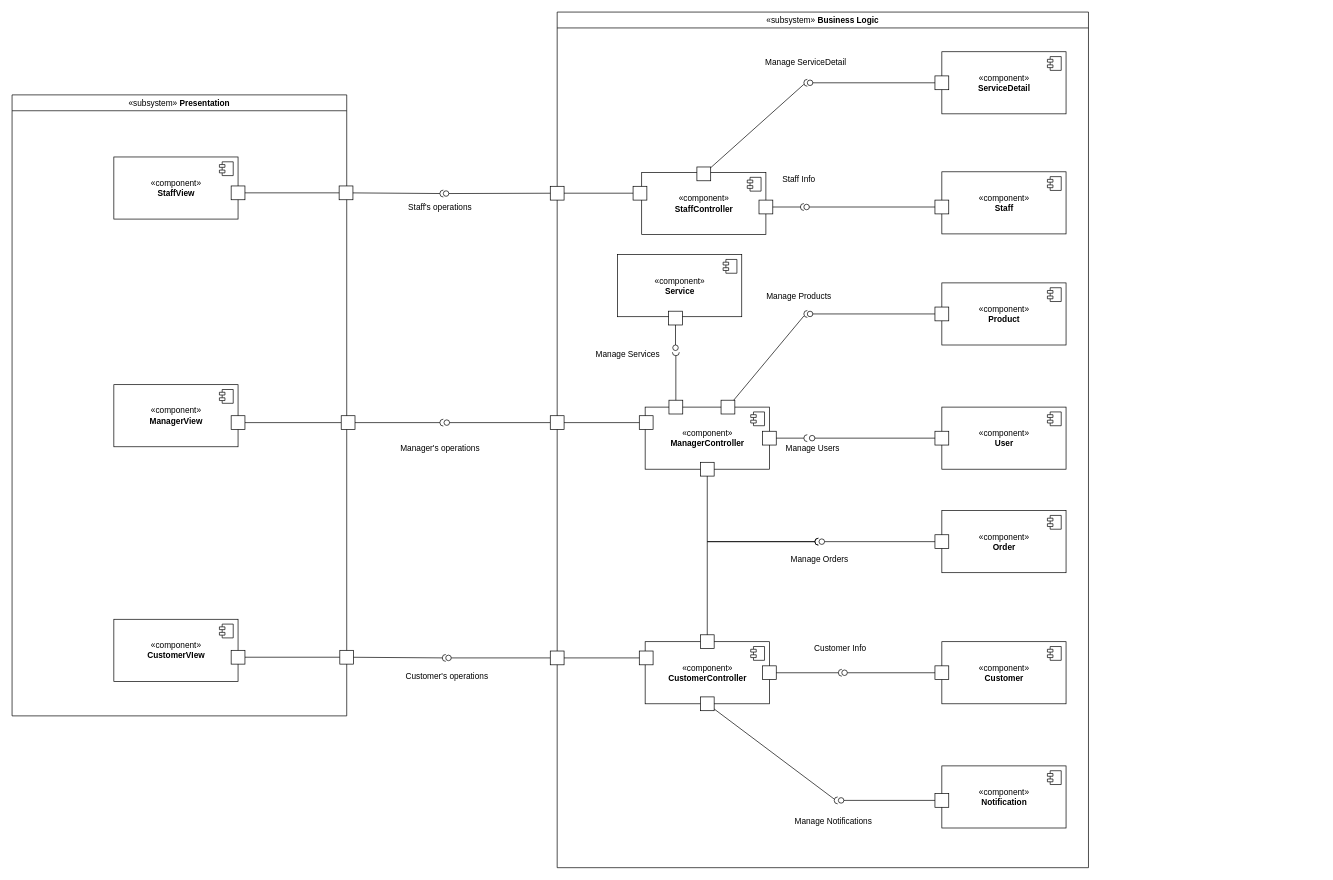
The draw.io diagram petspa-component-diagram.drawio in blueonline07/auth-demo, before the edit. Source tidied: cells renumbered, new cells numbered last; positions are measured from the earlier drawing's top-left corner, leaving out a move shared by most shapes. Both pictures are drawn from the tidied source at 69%, with x=0, y=0 at pixel (12, 12).
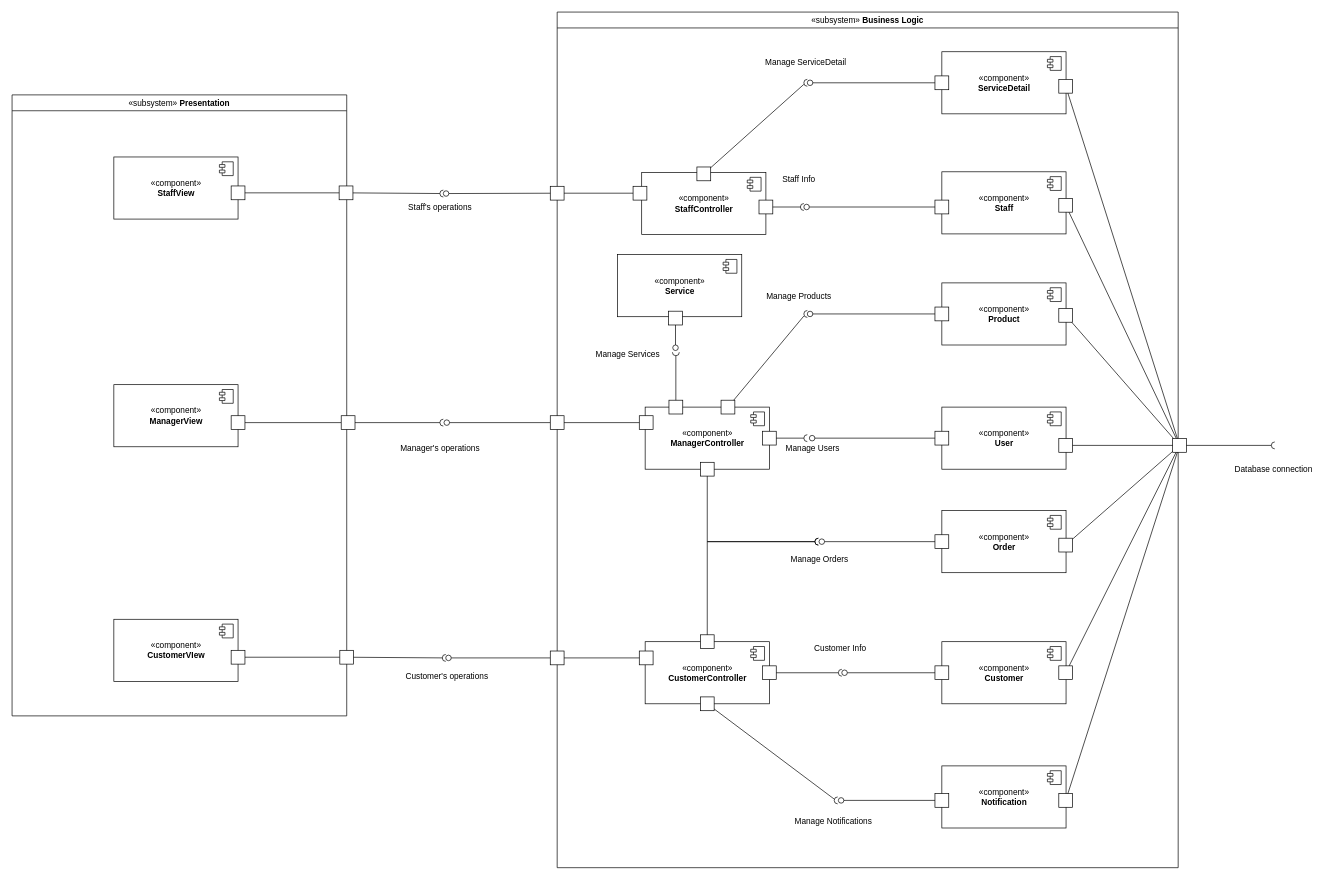
After the change.

The edit, as a diff of the source:
```diff
@@
     <mxCell id="24" value="&lt;span style=&quot;font-weight: 400;&quot;&gt;«subsystem»&amp;nbsp;&lt;/span&gt;&lt;b&gt;Business Logic&lt;/b&gt;" style="swimlane;whiteSpace=wrap;html=1;" parent="1" vertex="1">
-      <mxGeometry x="790" width="770" height="1240" as="geometry" />
+      <mxGeometry x="790" width="900" height="1240" as="geometry" />
     </mxCell>
@@
+    <mxCell id="126" style="html=1;rounded=0;" parent="24" vertex="1">
+      <mxGeometry x="727" y="97.5" width="20" height="20" as="geometry" />
+    </mxCell>
+    <mxCell id="127" style="html=1;rounded=0;" parent="24" vertex="1">
+      <mxGeometry x="727" y="270" width="20" height="20" as="geometry" />
+    </mxCell>
+    <mxCell id="128" style="html=1;rounded=0;" parent="24" vertex="1">
+      <mxGeometry x="727" y="429.5" width="20" height="20" as="geometry" />
+    </mxCell>
+    <mxCell id="129" style="html=1;rounded=0;" parent="24" vertex="1">
+      <mxGeometry x="727" y="618" width="20" height="20" as="geometry" />
+    </mxCell>
+    <mxCell id="130" style="html=1;rounded=0;" parent="24" vertex="1">
+      <mxGeometry x="727" y="762.5" width="20" height="20" as="geometry" />
+    </mxCell>
+    <mxCell id="131" style="html=1;rounded=0;" parent="24" vertex="1">
+      <mxGeometry x="727" y="947.5" width="20" height="20" as="geometry" />
+    </mxCell>
+    <mxCell id="132" style="html=1;rounded=0;" parent="24" vertex="1">
+      <mxGeometry x="727" y="1132.5" width="20" height="20" as="geometry" />
+    </mxCell>
@@
+    <mxCell id="133" style="html=1;rounded=0;" parent="1" vertex="1">
+      <mxGeometry x="1682" y="618" width="20" height="20" as="geometry" />
+    </mxCell>
+    <mxCell id="134" style="shape=requiredInterface;html=1;fontSize=11;align=center;fillColor=none;points=[];verticalAlign=bottom;labelPosition=center;verticalLabelPosition=top;flipH=1;rotation=0;" parent="1" vertex="1">
+      <mxGeometry x="1825" y="623" width="5" height="10" as="geometry" />
+    </mxCell>
+    <mxCell id="135" style="endArrow=none;html=1;rounded=0;align=center;verticalAlign=top;endFill=0;labelBackgroundColor=none;endSize=2;" parent="1" edge="1" source="133" target="134">
+      <mxGeometry relative="1" as="geometry" />
+    </mxCell>
+    <mxCell id="136" value="Database connection" style="text;html=1;align=center;verticalAlign=middle;strokeColor=none;fillColor=none;" parent="1" vertex="1">
+      <mxGeometry x="1757.5" y="648" width="140" height="30" as="geometry" />
+    </mxCell>
+    <mxCell id="137" style="endArrow=none;html=1;rounded=0;align=center;verticalAlign=top;endFill=0;labelBackgroundColor=none;endSize=2;" parent="1" edge="1" source="126" target="133">
+      <mxGeometry relative="1" as="geometry" />
+    </mxCell>
+    <mxCell id="138" style="endArrow=none;html=1;rounded=0;align=center;verticalAlign=top;endFill=0;labelBackgroundColor=none;endSize=2;" parent="1" edge="1" source="127" target="133">
+      <mxGeometry relative="1" as="geometry" />
+    </mxCell>
+    <mxCell id="139" style="endArrow=none;html=1;rounded=0;align=center;verticalAlign=top;endFill=0;labelBackgroundColor=none;endSize=2;" parent="1" edge="1" source="128" target="133">
+      <mxGeometry relative="1" as="geometry" />
+    </mxCell>
+    <mxCell id="140" style="endArrow=none;html=1;rounded=0;align=center;verticalAlign=top;endFill=0;labelBackgroundColor=none;endSize=2;" parent="1" edge="1" source="129" target="133">
+      <mxGeometry relative="1" as="geometry" />
+    </mxCell>
+    <mxCell id="141" style="endArrow=none;html=1;rounded=0;align=center;verticalAlign=top;endFill=0;labelBackgroundColor=none;endSize=2;" parent="1" edge="1" source="130" target="133">
+      <mxGeometry relative="1" as="geometry" />
+    </mxCell>
+    <mxCell id="142" style="endArrow=none;html=1;rounded=0;align=center;verticalAlign=top;endFill=0;labelBackgroundColor=none;endSize=2;" parent="1" edge="1" source="131" target="133">
+      <mxGeometry relative="1" as="geometry" />
+    </mxCell>
+    <mxCell id="143" style="endArrow=none;html=1;rounded=0;align=center;verticalAlign=top;endFill=0;labelBackgroundColor=none;endSize=2;" parent="1" edge="1" source="132" target="133">
+      <mxGeometry relative="1" as="geometry" />
+    </mxCell>
```
